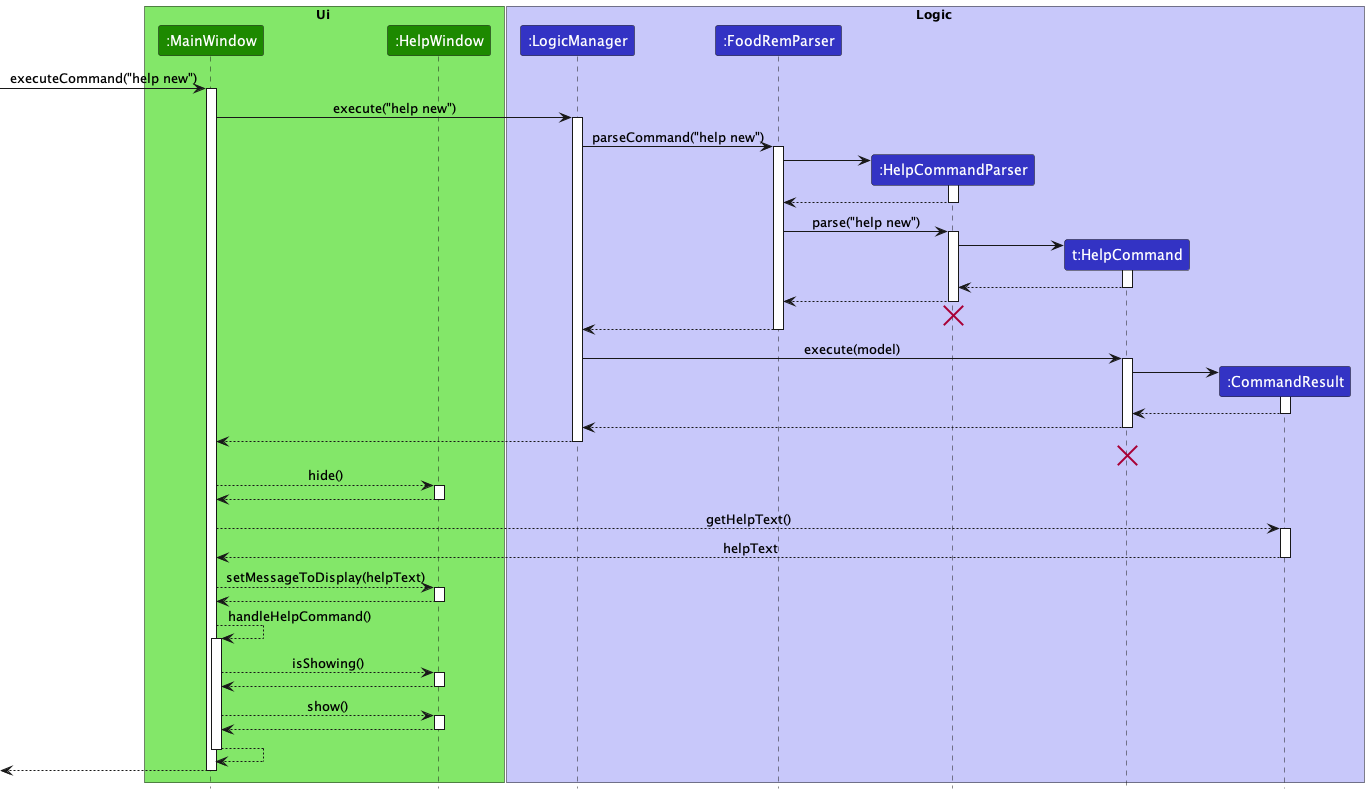
The PlantUML diagram docs/images/HelpSequenceDiagram.png in nus-cs2103-AY2223S1/tp, before a commit.
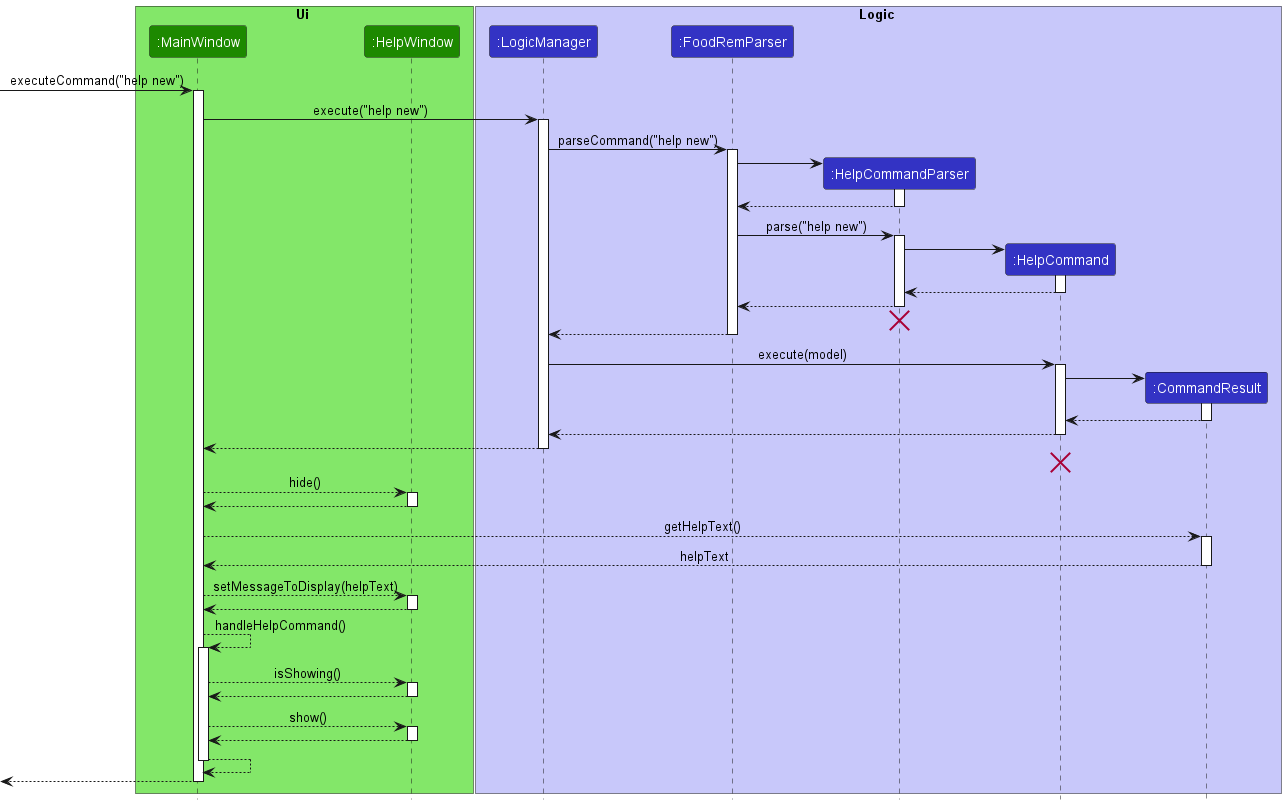
After the commit.

Diff of the diagram source:
```diff
@@ -10,7 +10,7 @@
 participant ":LogicManager" as LogicManager LOGIC_COLOR
 participant ":FoodRemParser" as FoodRemParser LOGIC_COLOR
 participant ":HelpCommandParser" as HelpCommandParser LOGIC_COLOR
-participant "t:HelpCommand" as HelpCommand LOGIC_COLOR
+participant ":HelpCommand" as HelpCommand LOGIC_COLOR
 participant ":CommandResult" as CommandResult LOGIC_COLOR
 end box
 
```
